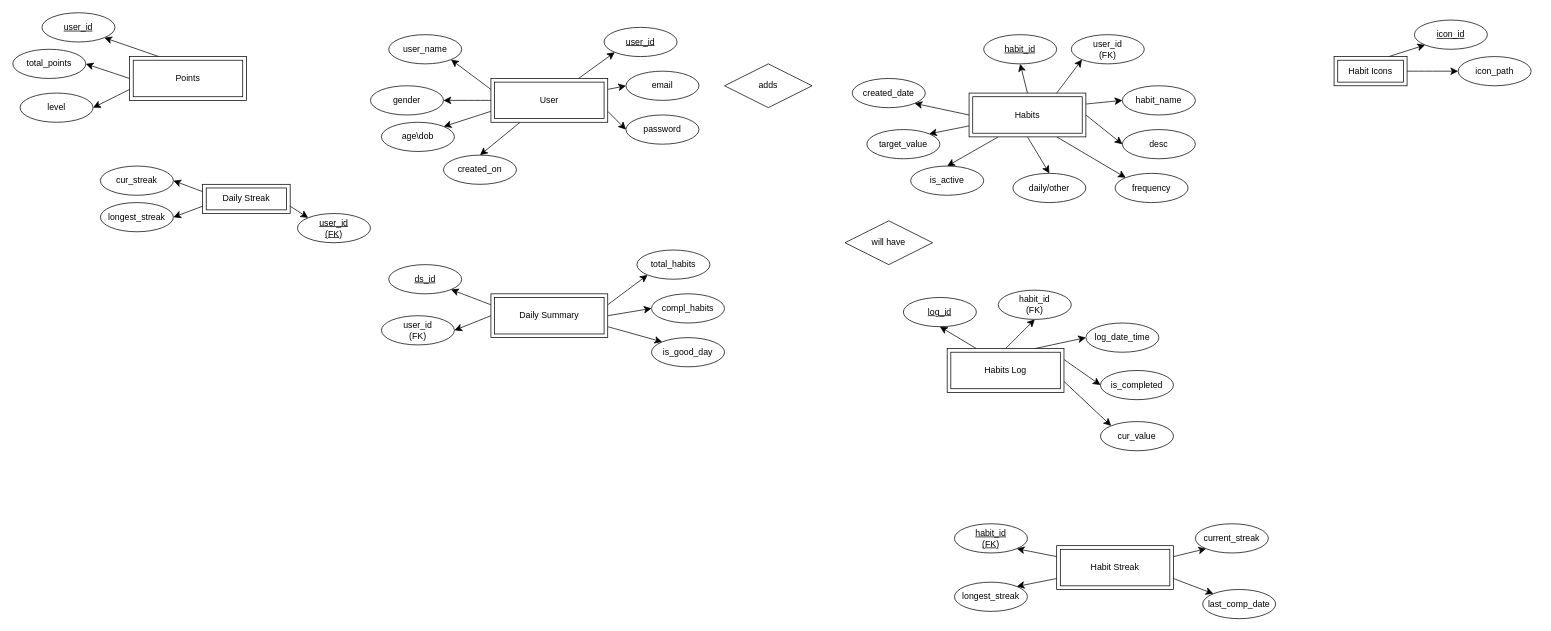
Earlier version of the draw.io diagram db3.drawio (Khushi-MA/linear-regression). Source tidied: cells renumbered, new cells numbered last; positions are measured from the earlier drawing's top-left corner, leaving out a move shared by most shapes. Both pictures are drawn from the tidied source at 73%, with x=0, y=0 at pixel (12, 12).
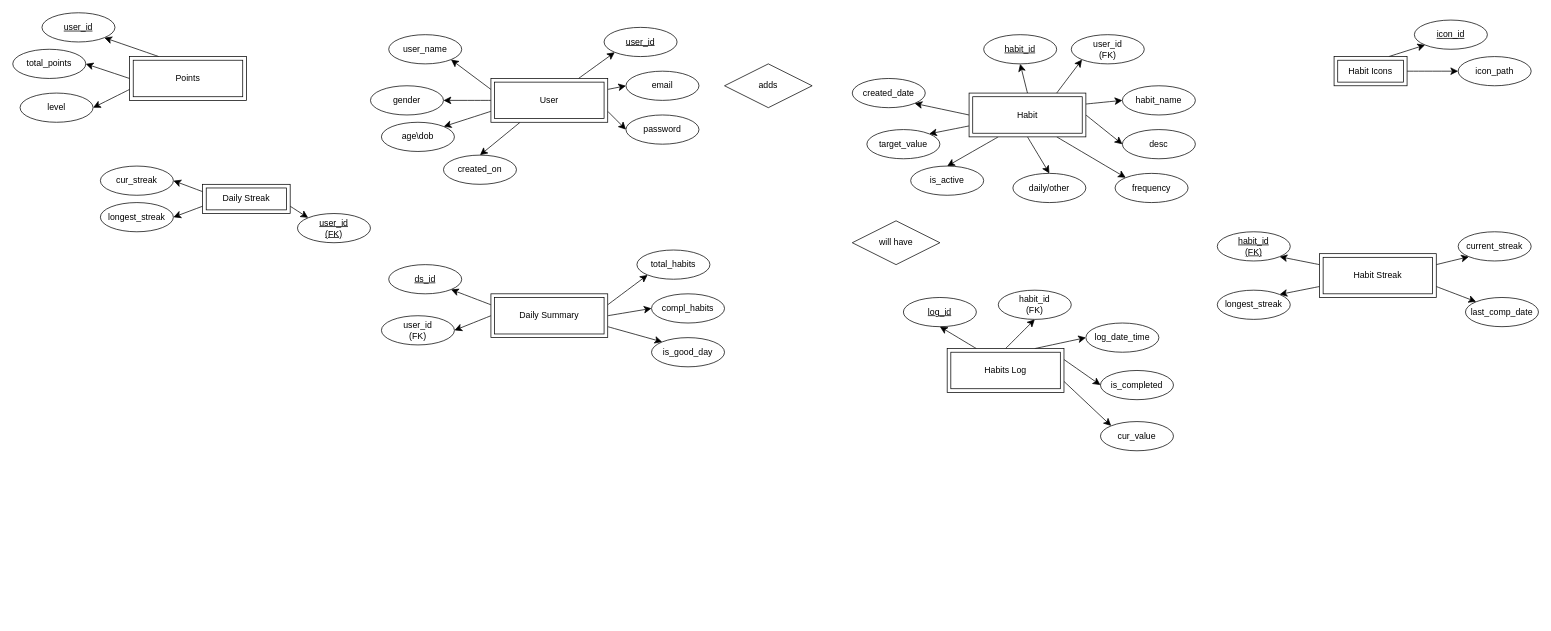
The same diagram, later.

Change to the diagram source:
```diff
@@
     <mxCell id="16" value="Habit Streak" style="shape=ext;margin=3;double=1;whiteSpace=wrap;html=1;align=center;" parent="1" vertex="1">
-      <mxGeometry x="1430" y="730" width="160" height="60" as="geometry" />
+      <mxGeometry x="1790" y="330" width="160" height="60" as="geometry" />
     </mxCell>
@@
-    <mxCell id="32" value="Habits" style="shape=ext;margin=3;double=1;whiteSpace=wrap;html=1;align=center;" parent="1" vertex="1">
+    <mxCell id="32" value="Habit" style="shape=ext;margin=3;double=1;whiteSpace=wrap;html=1;align=center;" parent="1" vertex="1">
       <mxGeometry x="1310" y="110" width="160" height="60" as="geometry" />
     </mxCell>
@@
     <mxCell id="49" value="habit_id&lt;div&gt;(FK)&lt;/div&gt;" style="ellipse;whiteSpace=wrap;html=1;align=center;fontStyle=4;" parent="1" vertex="1">
-      <mxGeometry x="1290" y="700" width="100" height="40" as="geometry" />
+      <mxGeometry x="1650" y="300" width="100" height="40" as="geometry" />
     </mxCell>
@@
     <mxCell id="54" value="longest_streak" style="ellipse;whiteSpace=wrap;html=1;align=center;" parent="1" vertex="1">
-      <mxGeometry x="1290" y="780" width="100" height="40" as="geometry" />
+      <mxGeometry x="1650" y="380" width="100" height="40" as="geometry" />
     </mxCell>
     <mxCell id="55" value="current_streak" style="ellipse;whiteSpace=wrap;html=1;align=center;" parent="1" vertex="1">
-      <mxGeometry x="1620" y="700" width="100" height="40" as="geometry" />
+      <mxGeometry x="1980" y="300" width="100" height="40" as="geometry" />
     </mxCell>
@@
     <mxCell id="61" value="will have" style="shape=rhombus;perimeter=rhombusPerimeter;whiteSpace=wrap;html=1;align=center;" parent="1" vertex="1">
-      <mxGeometry x="1140" y="285" width="120" height="60" as="geometry" />
+      <mxGeometry x="1150" y="285" width="120" height="60" as="geometry" />
     </mxCell>
@@
     <mxCell id="70" value="last_comp_date" style="ellipse;whiteSpace=wrap;html=1;align=center;" parent="1" vertex="1">
-      <mxGeometry x="1630" y="790" width="100" height="40" as="geometry" />
+      <mxGeometry x="1990" y="390" width="100" height="40" as="geometry" />
     </mxCell>
```
